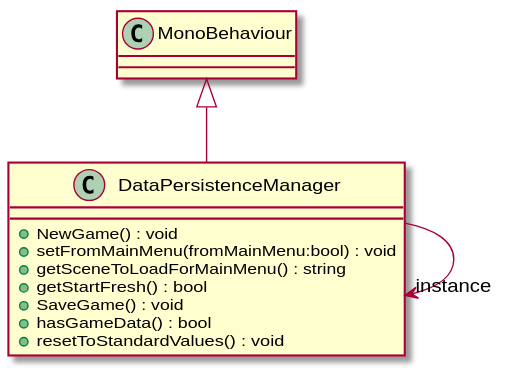
Before: UML/SaveAndLoad/DataPersistenceManager.svg, a diagram exported from PlantUML (robinsuurs/Mallow_Mysterie). Its diagram source:
```plantuml
@startuml
class DataPersistenceManager {
    + NewGame() : void
    + setFromMainMenu(fromMainMenu:bool) : void
    + getSceneToLoadForMainMenu() : string
    + getStartFresh() : bool
    + SaveGame() : void
    + hasGameData() : bool
    + resetToStandardValues() : void
}
MonoBehaviour <|-- DataPersistenceManager
DataPersistenceManager --> "instance" DataPersistenceManager
@enduml
```
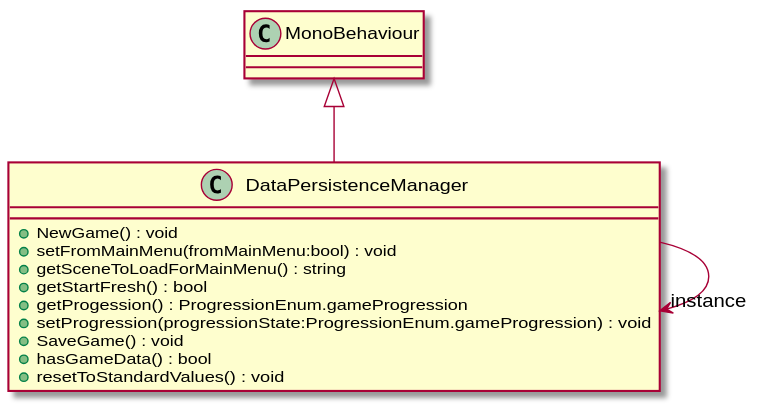
After the change.

What changed in the source:
```diff
@@ -4,6 +4,8 @@
     + setFromMainMenu(fromMainMenu:bool) : void
     + getSceneToLoadForMainMenu() : string
     + getStartFresh() : bool
+    + getProgession() : ProgressionEnum.gameProgression
+    + setProgression(progressionState:ProgressionEnum.gameProgression) : void
     + SaveGame() : void
     + hasGameData() : bool
     + resetToStandardValues() : void
```
